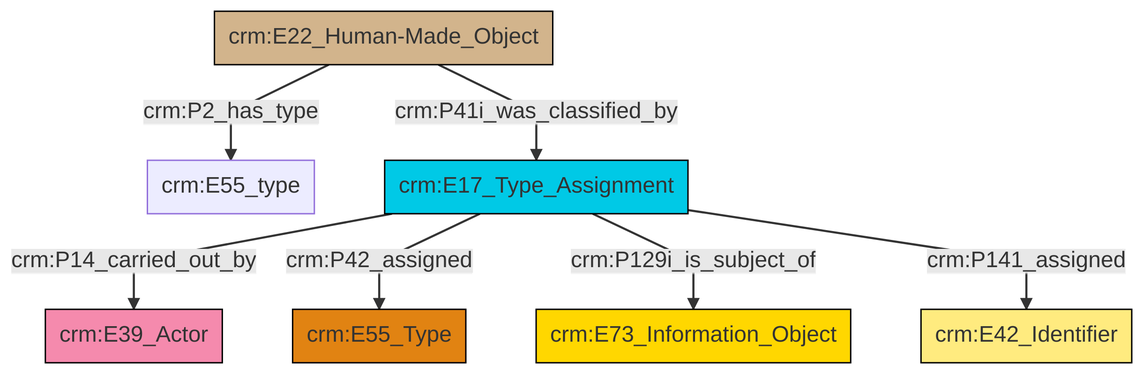
Earlier version of the Mermaid export et/builtWorkCSV/ttl/mmd/png/Built_Work_designation_status.png (swiss-art-research-net/reference-data-models). Its source is kept beside it as et/builtWorkCSV/ttl/mmd/Built_Work_designation_status.ttl.mmd.
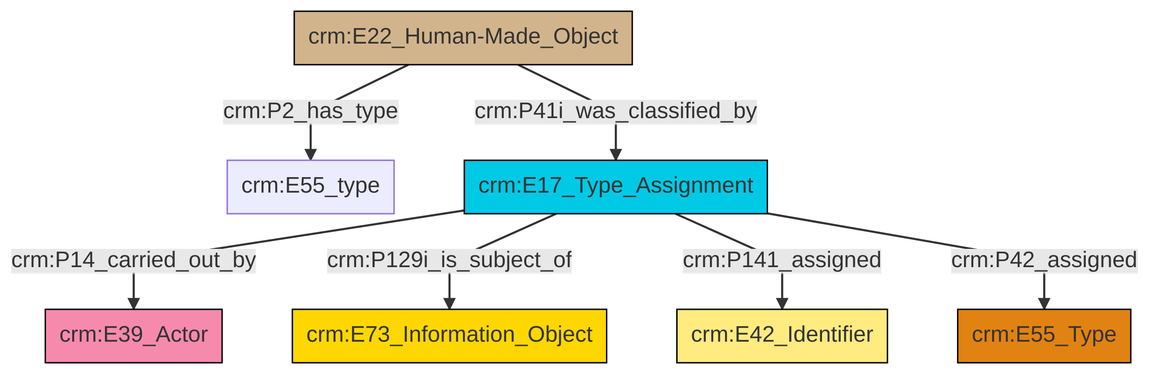
The same file after the commit.

The edit, as a diff of the source:
```diff
@@ -13,9 +13,9 @@
 classDef PC_Classes fill:#4ce600, stroke:#000000;
 classDef Multi fill:#cccccc,stroke:#000000;
 
-0["crm:E22_Human-Made_Object"]:::Physical_Thing -->|crm:P2_has_type| 1["crm:E55_type"]:::Default
-0["crm:E22_Human-Made_Object"]:::Physical_Thing -->|crm:P41i_was_classified_by| 2["crm:E17_Type_Assignment"]:::Temporal_Entity
-2["crm:E17_Type_Assignment"]:::Temporal_Entity -->|crm:P14_carried_out_by| 3["crm:E39_Actor"]:::Actor
-2["crm:E17_Type_Assignment"]:::Temporal_Entity -->|crm:P42_assigned| 4["crm:E55_Type"]:::Type
-2["crm:E17_Type_Assignment"]:::Temporal_Entity -->|crm:P129i_is_subject_of| 6["crm:E73_Information_Object"]:::Conceptual_Object
-2["crm:E17_Type_Assignment"]:::Temporal_Entity -->|crm:P141_assigned| 8["crm:E42_Identifier"]:::Appellation
+2["crm:E22_Human-Made_Object"]:::Physical_Thing -->|crm:P2_has_type| 0["crm:E55_type"]:::Default
+5["crm:E17_Type_Assignment"]:::Temporal_Entity -->|crm:P14_carried_out_by| 6["crm:E39_Actor"]:::Actor
+2["crm:E22_Human-Made_Object"]:::Physical_Thing -->|crm:P41i_was_classified_by| 5["crm:E17_Type_Assignment"]:::Temporal_Entity
+5["crm:E17_Type_Assignment"]:::Temporal_Entity -->|crm:P129i_is_subject_of| 11["crm:E73_Information_Object"]:::Conceptual_Object
+5["crm:E17_Type_Assignment"]:::Temporal_Entity -->|crm:P141_assigned| 3["crm:E42_Identifier"]:::Appellation
+5["crm:E17_Type_Assignment"]:::Temporal_Entity -->|crm:P42_assigned| 9["crm:E55_Type"]:::Type
```
